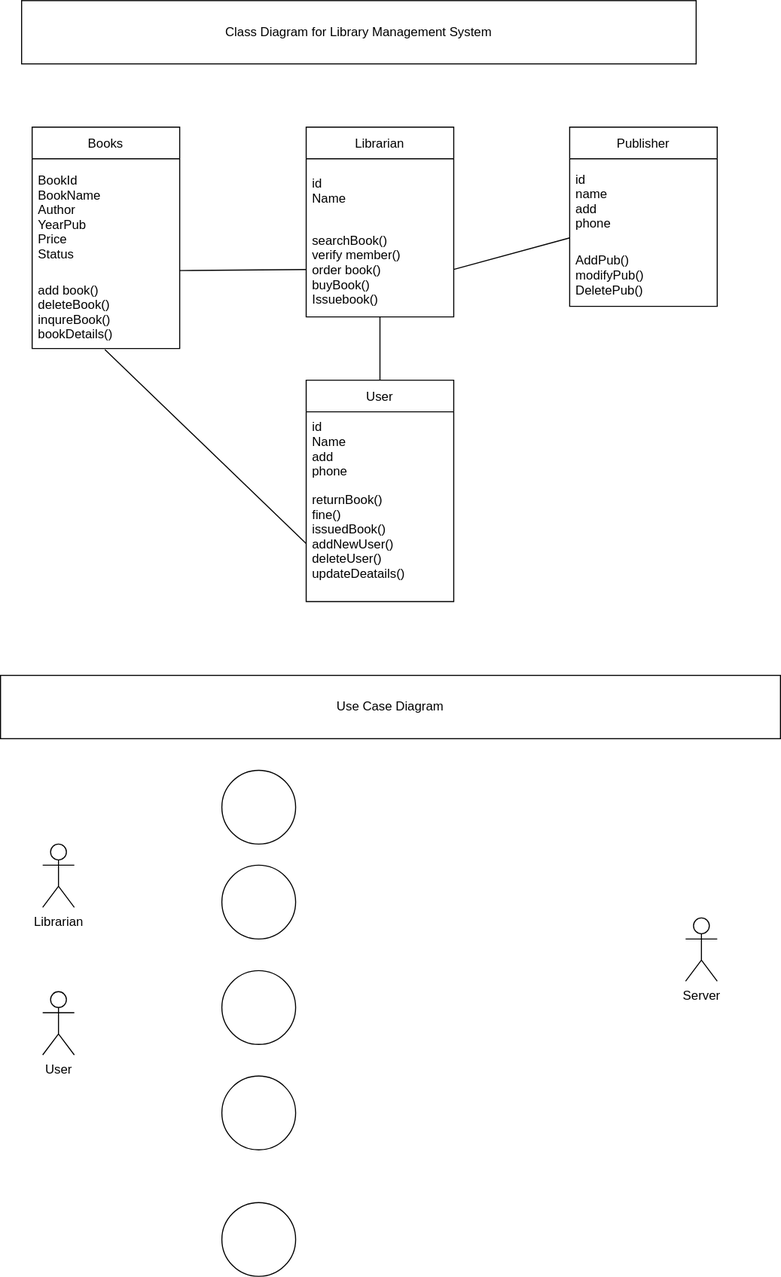
Above: library_management_system.svg in RidhimaBhandari/Software-Development- (draw.io), before the change. Source tidied: cells renumbered, new cells last; positions are measured from the earlier drawing's top-left corner, leaving out a move shared by most shapes.
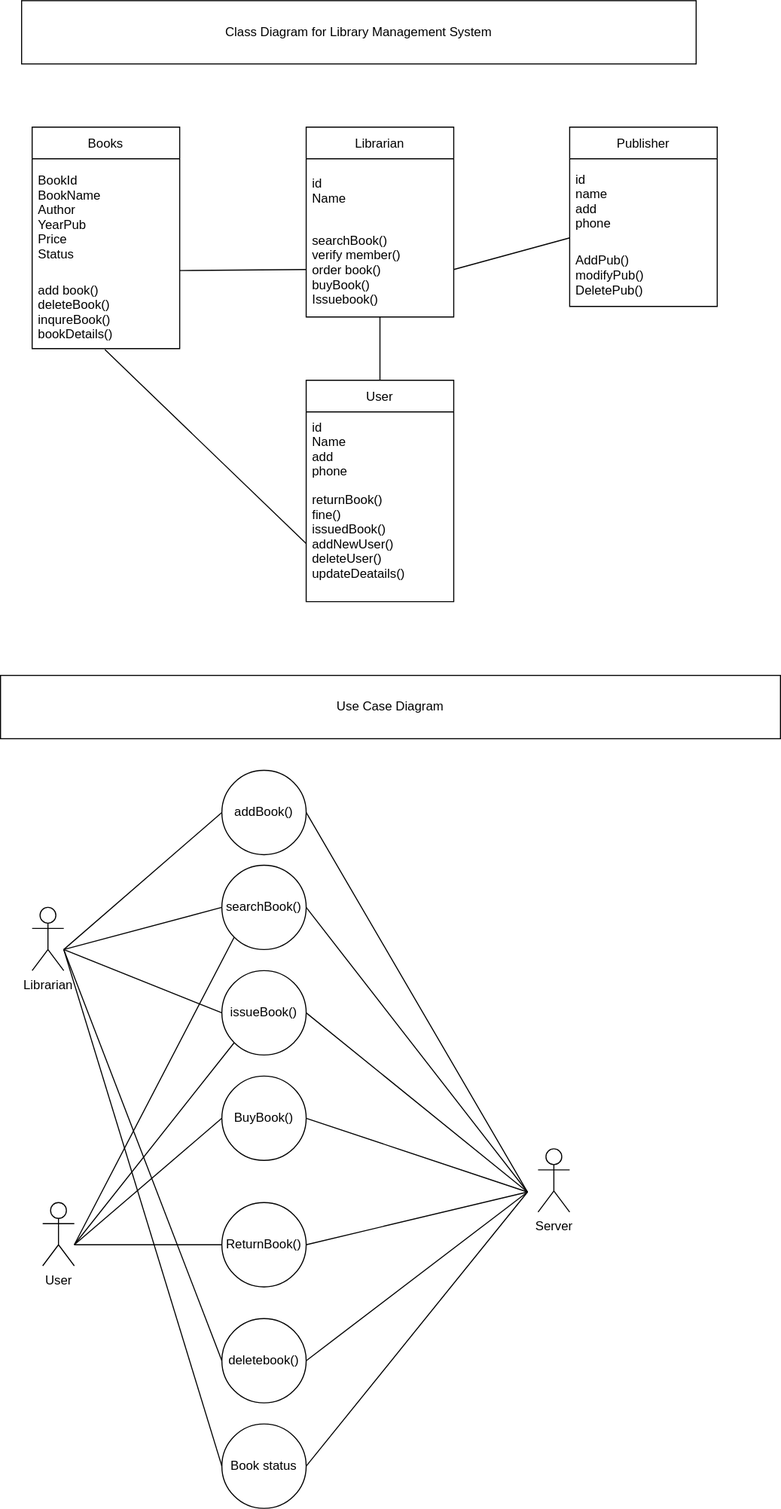
Later version of the same file.

Diff of the diagram source:
```diff
@@ -59,28 +59,114 @@
       <mxGeometry y="640" width="740" height="60" as="geometry" />
     </mxCell>
     <mxCell id="20" value="User" style="shape=umlActor;verticalLabelPosition=bottom;verticalAlign=top;html=1;" parent="1" vertex="1">
-      <mxGeometry x="40" y="940" width="30" height="60" as="geometry" />
+      <mxGeometry x="40" y="1140" width="30" height="60" as="geometry" />
     </mxCell>
     <mxCell id="21" value="Librarian&lt;br&gt;" style="shape=umlActor;verticalLabelPosition=bottom;verticalAlign=top;html=1;" parent="1" vertex="1">
-      <mxGeometry x="40" y="800" width="30" height="60" as="geometry" />
+      <mxGeometry x="30" y="860" width="30" height="60" as="geometry" />
     </mxCell>
     <mxCell id="22" value="Server&lt;br&gt;" style="shape=umlActor;verticalLabelPosition=bottom;verticalAlign=top;html=1;" parent="1" vertex="1">
-      <mxGeometry x="650" y="870" width="30" height="60" as="geometry" />
+      <mxGeometry x="510" y="1089" width="30" height="60" as="geometry" />
     </mxCell>
-    <mxCell id="23" style="ellipse;whiteSpace=wrap;html=1;" parent="1" vertex="1">
-      <mxGeometry x="210" y="730" width="70" height="70" as="geometry" />
+    <mxCell id="23" value="addBook()" style="ellipse;whiteSpace=wrap;html=1;" parent="1" vertex="1">
+      <mxGeometry x="210" y="730" width="80" height="80" as="geometry" />
     </mxCell>
-    <mxCell id="24" style="ellipse;whiteSpace=wrap;html=1;" parent="1" vertex="1">
-      <mxGeometry x="210" y="820" width="70" height="70" as="geometry" />
+    <mxCell id="24" value="searchBook()" style="ellipse;whiteSpace=wrap;html=1;" parent="1" vertex="1">
+      <mxGeometry x="210" y="820" width="80" height="80" as="geometry" />
     </mxCell>
-    <mxCell id="25" style="ellipse;whiteSpace=wrap;html=1;" parent="1" vertex="1">
-      <mxGeometry x="210" y="920" width="70" height="70" as="geometry" />
+    <mxCell id="25" value="issueBook()" style="ellipse;whiteSpace=wrap;html=1;" parent="1" vertex="1">
+      <mxGeometry x="210" y="920" width="80" height="80" as="geometry" />
     </mxCell>
-    <mxCell id="26" style="ellipse;whiteSpace=wrap;html=1;" parent="1" vertex="1">
-      <mxGeometry x="210" y="1020" width="70" height="70" as="geometry" />
+    <mxCell id="26" value="BuyBook()" style="ellipse;whiteSpace=wrap;html=1;" parent="1" vertex="1">
+      <mxGeometry x="210" y="1020" width="80" height="80" as="geometry" />
     </mxCell>
-    <mxCell id="27" style="ellipse;whiteSpace=wrap;html=1;" parent="1" vertex="1">
-      <mxGeometry x="210" y="1140" width="70" height="70" as="geometry" />
+    <mxCell id="27" value="ReturnBook()" style="ellipse;whiteSpace=wrap;html=1;" parent="1" vertex="1">
+      <mxGeometry x="210" y="1140" width="80" height="80" as="geometry" />
     </mxCell>
+    <mxCell id="28" value="deletebook()" style="ellipse;whiteSpace=wrap;html=1;" parent="1" vertex="1">
+      <mxGeometry x="210" y="1250" width="80" height="80" as="geometry" />
+    </mxCell>
+    <mxCell id="29" value="Book status" style="ellipse;whiteSpace=wrap;html=1;" parent="1" vertex="1">
+      <mxGeometry x="210" y="1350" width="80" height="80" as="geometry" />
+    </mxCell>
+    <mxCell id="30" style="endArrow=none;html=1;rounded=0;entryX=0;entryY=0.5;entryDx=0;entryDy=0;" parent="1" edge="1" target="23">
+      <mxGeometry relative="1" as="geometry">
+        <mxPoint x="60" y="900" as="sourcePoint" />
+      </mxGeometry>
+    </mxCell>
+    <mxCell id="31" style="endArrow=none;html=1;rounded=0;entryX=0;entryY=1;entryDx=0;entryDy=0;" parent="1" edge="1" target="24">
+      <mxGeometry relative="1" as="geometry">
+        <mxPoint x="70" y="1180" as="sourcePoint" />
+      </mxGeometry>
+    </mxCell>
+    <mxCell id="32" style="endArrow=none;html=1;rounded=0;entryX=0;entryY=0.5;entryDx=0;entryDy=0;" parent="1" edge="1" target="24">
+      <mxGeometry relative="1" as="geometry">
+        <mxPoint x="60" y="900" as="sourcePoint" />
+      </mxGeometry>
+    </mxCell>
+    <mxCell id="33" style="endArrow=none;html=1;rounded=0;entryX=0;entryY=0.5;entryDx=0;entryDy=0;" parent="1" edge="1" target="25">
+      <mxGeometry relative="1" as="geometry">
+        <mxPoint x="60" y="900" as="sourcePoint" />
+      </mxGeometry>
+    </mxCell>
+    <mxCell id="34" style="endArrow=none;html=1;rounded=0;entryX=0;entryY=0.5;entryDx=0;entryDy=0;" parent="1" edge="1" target="28">
+      <mxGeometry relative="1" as="geometry">
+        <mxPoint x="60" y="900" as="sourcePoint" />
+      </mxGeometry>
+    </mxCell>
+    <mxCell id="35" style="endArrow=none;html=1;rounded=0;entryX=0;entryY=0.5;entryDx=0;entryDy=0;" parent="1" edge="1" target="26">
+      <mxGeometry relative="1" as="geometry">
+        <mxPoint x="70" y="1180" as="sourcePoint" />
+      </mxGeometry>
+    </mxCell>
+    <mxCell id="36" style="endArrow=none;html=1;rounded=0;entryX=0;entryY=0.5;entryDx=0;entryDy=0;" parent="1" edge="1" target="27">
+      <mxGeometry relative="1" as="geometry">
+        <mxPoint x="70" y="1180" as="sourcePoint" />
+      </mxGeometry>
+    </mxCell>
+    <mxCell id="37" style="endArrow=none;html=1;rounded=0;entryX=0;entryY=1;entryDx=0;entryDy=0;" parent="1" edge="1" target="25">
+      <mxGeometry relative="1" as="geometry">
+        <mxPoint x="70" y="1180" as="sourcePoint" />
+      </mxGeometry>
+    </mxCell>
+    <mxCell id="38" style="endArrow=none;html=1;rounded=0;exitX=1;exitY=0.5;exitDx=0;exitDy=0;" parent="1" edge="1" source="28">
+      <mxGeometry relative="1" as="geometry">
+        <mxPoint x="500" y="1130" as="targetPoint" />
+      </mxGeometry>
+    </mxCell>
+    <mxCell id="39" style="endArrow=none;html=1;rounded=0;exitX=1;exitY=0.5;exitDx=0;exitDy=0;" parent="1" edge="1" source="27">
+      <mxGeometry relative="1" as="geometry">
+        <mxPoint x="500" y="1130" as="targetPoint" />
+      </mxGeometry>
+    </mxCell>
+    <mxCell id="40" style="endArrow=none;html=1;rounded=0;exitX=1;exitY=0.5;exitDx=0;exitDy=0;" parent="1" edge="1" source="26">
+      <mxGeometry relative="1" as="geometry">
+        <mxPoint x="500" y="1130" as="targetPoint" />
+      </mxGeometry>
+    </mxCell>
+    <mxCell id="41" style="endArrow=none;html=1;rounded=0;exitX=1;exitY=0.5;exitDx=0;exitDy=0;" parent="1" edge="1" source="25">
+      <mxGeometry relative="1" as="geometry">
+        <mxPoint x="500" y="1130" as="targetPoint" />
+      </mxGeometry>
+    </mxCell>
+    <mxCell id="42" style="endArrow=none;html=1;rounded=0;exitX=1;exitY=0.5;exitDx=0;exitDy=0;" parent="1" edge="1" source="24">
+      <mxGeometry relative="1" as="geometry">
+        <mxPoint x="500" y="1130" as="targetPoint" />
+      </mxGeometry>
+    </mxCell>
+    <mxCell id="43" style="endArrow=none;html=1;rounded=0;exitX=1;exitY=0.5;exitDx=0;exitDy=0;" parent="1" edge="1" source="23">
+      <mxGeometry relative="1" as="geometry">
+        <mxPoint x="500" y="1130" as="targetPoint" />
+      </mxGeometry>
+    </mxCell>
+    <mxCell id="44" style="endArrow=none;html=1;rounded=0;entryX=0;entryY=0.5;entryDx=0;entryDy=0;" parent="1" edge="1" target="29">
+      <mxGeometry relative="1" as="geometry">
+        <mxPoint x="60" y="900" as="sourcePoint" />
+      </mxGeometry>
+    </mxCell>
+    <mxCell id="45" style="endArrow=none;html=1;rounded=0;exitX=1;exitY=0.5;exitDx=0;exitDy=0;" parent="1" edge="1" source="29">
+      <mxGeometry relative="1" as="geometry">
+        <mxPoint x="500" y="1130" as="targetPoint" />
+      </mxGeometry>
+    </mxCell>
   </root>
 </mxGraphModel>
```
